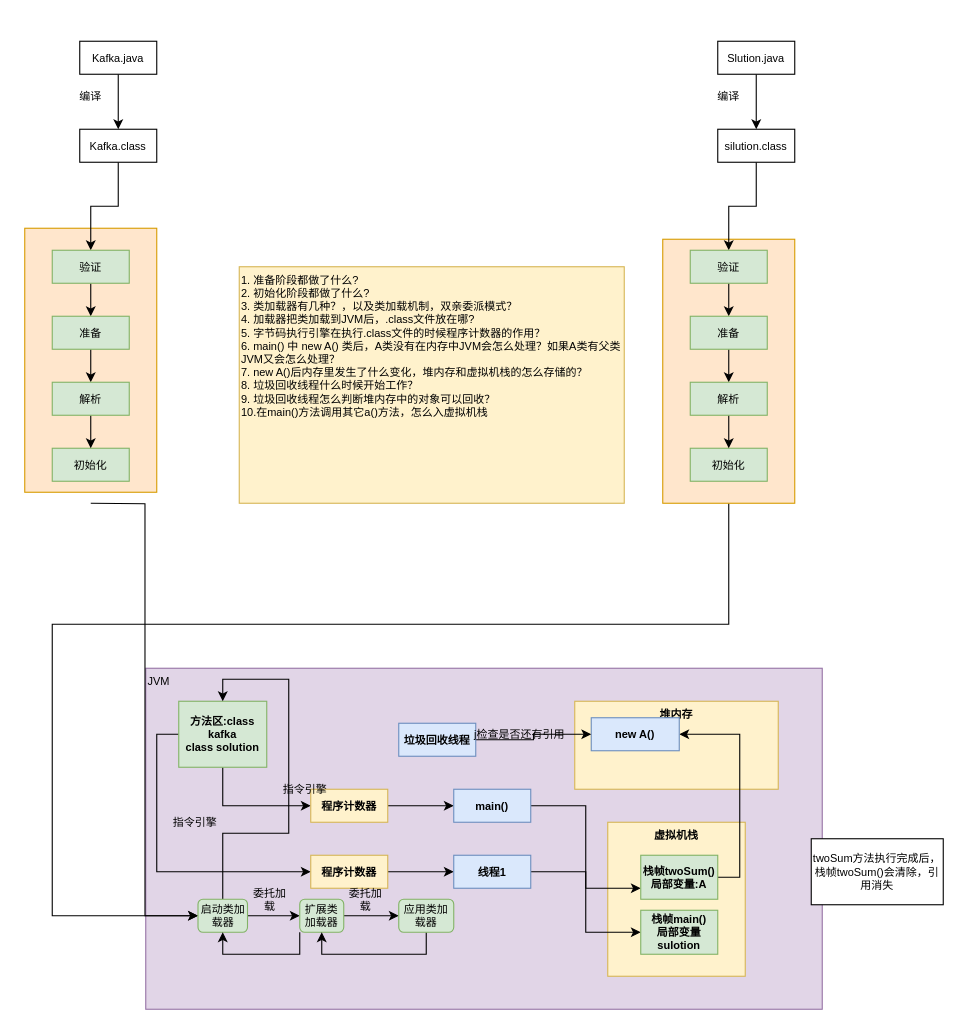
The draw.io diagram page "1.5 JVM运行原理图" (5 of 19) of 从0开始冲击P7模块思维导图/jvm优化实战.drawio in zk555/LearningNotes, before the edit. Source tidied: cells renumbered, new cells numbered last; positions are measured from the earlier drawing's top-left corner, leaving out a move shared by most shapes. Both pictures are drawn from the tidied source at 110%, with x=0, y=0 at pixel (24, 41).
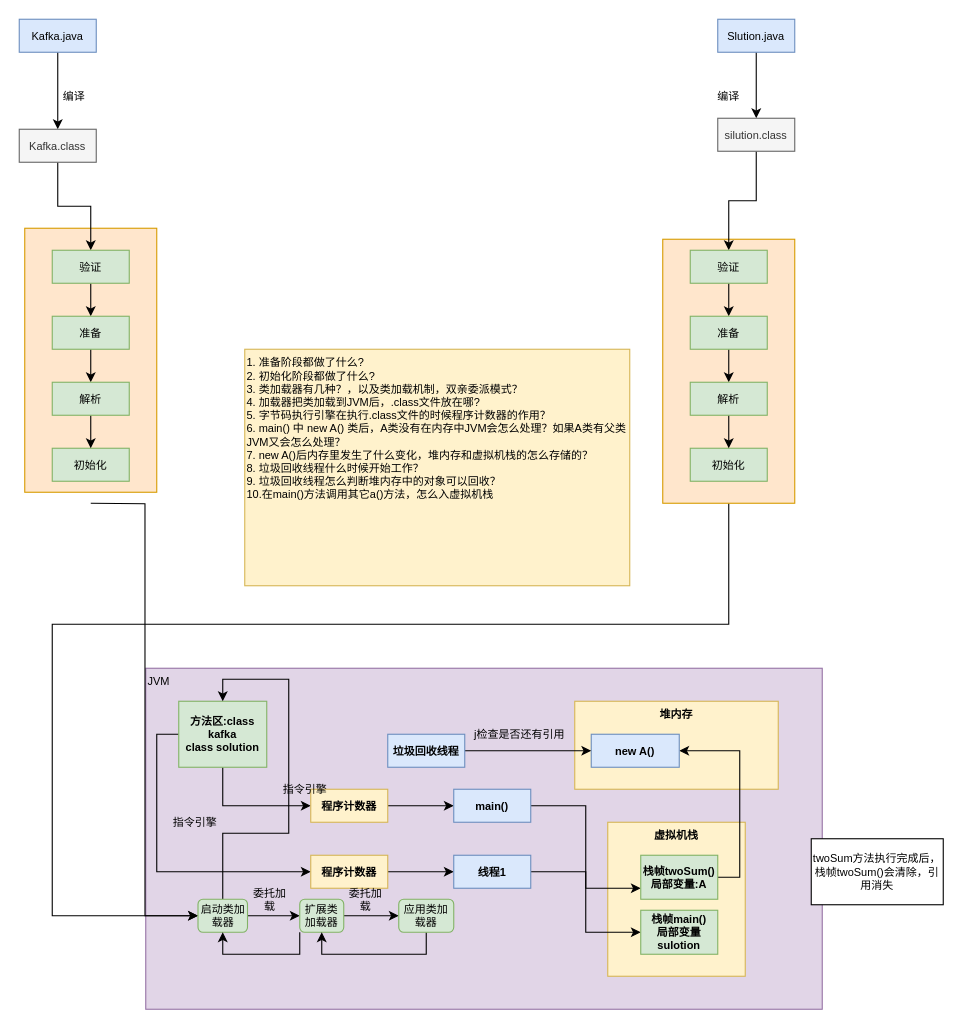
Above is the later version.

Diff of the diagram source:
```diff
@@
-    <mxCell id="7" value="Kafka.java" style="rounded=0;whiteSpace=wrap;html=1;labelBackgroundColor=none;fontSize=10;align=center;" parent="1" vertex="1">
-      <mxGeometry x="50" width="70" height="30" as="geometry" />
+    <mxCell id="7" value="Kafka.java" style="rounded=0;whiteSpace=wrap;html=1;labelBackgroundColor=none;fontSize=10;align=center;fillColor=#dae8fc;strokeColor=#6c8ebf;" parent="1" vertex="1">
+      <mxGeometry x="-5" y="-20" width="70" height="30" as="geometry" />
     </mxCell>
@@
-    <mxCell id="9" value="Kafka.class" style="rounded=0;whiteSpace=wrap;html=1;labelBackgroundColor=none;fontSize=10;align=center;" parent="1" vertex="1">
-      <mxGeometry x="50" y="80" width="70" height="30" as="geometry" />
+    <mxCell id="9" value="Kafka.class" style="rounded=0;whiteSpace=wrap;html=1;labelBackgroundColor=none;fontSize=10;align=center;fillColor=#f5f5f5;strokeColor=#666666;fontColor=#333333;" parent="1" vertex="1">
+      <mxGeometry x="-5" y="80" width="70" height="30" as="geometry" />
     </mxCell>
     <mxCell id="10" value="编译" style="text;html=1;strokeColor=none;fillColor=none;align=center;verticalAlign=middle;whiteSpace=wrap;rounded=0;labelBackgroundColor=none;fontSize=10;" parent="1" vertex="1">
-      <mxGeometry x="40" y="40" width="40" height="20" as="geometry" />
+      <mxGeometry x="25" y="40" width="40" height="20" as="geometry" />
     </mxCell>
@@
-    <mxCell id="24" value="Slution.java" style="rounded=0;whiteSpace=wrap;html=1;labelBackgroundColor=none;fontSize=10;align=center;" parent="1" vertex="1">
-      <mxGeometry x="630" width="70" height="30" as="geometry" />
+    <mxCell id="24" value="Slution.java" style="rounded=0;whiteSpace=wrap;html=1;labelBackgroundColor=none;fontSize=10;align=center;fillColor=#dae8fc;strokeColor=#6c8ebf;" parent="1" vertex="1">
+      <mxGeometry x="630" y="-20" width="70" height="30" as="geometry" />
     </mxCell>
@@
-    <mxCell id="26" value="silution.class" style="rounded=0;whiteSpace=wrap;html=1;labelBackgroundColor=none;fontSize=10;align=center;" parent="1" vertex="1">
-      <mxGeometry x="630" y="80" width="70" height="30" as="geometry" />
+    <mxCell id="26" value="silution.class" style="rounded=0;whiteSpace=wrap;html=1;labelBackgroundColor=none;fontSize=10;align=center;fillColor=#f5f5f5;strokeColor=#666666;fontColor=#333333;" parent="1" vertex="1">
+      <mxGeometry x="630" y="70" width="70" height="30" as="geometry" />
     </mxCell>
@@
     <mxCell id="49" value="new A()" style="rounded=0;whiteSpace=wrap;html=1;labelBackgroundColor=none;fontSize=10;align=center;fillColor=#dae8fc;strokeColor=#6c8ebf;fontStyle=1;" parent="1" vertex="1">
-      <mxGeometry x="515" y="615" width="80" height="30" as="geometry" />
+      <mxGeometry x="515" y="630" width="80" height="30" as="geometry" />
     </mxCell>
@@
     <mxCell id="52" value="垃圾回收线程" style="rounded=0;whiteSpace=wrap;html=1;labelBackgroundColor=none;fontSize=10;align=center;fillColor=#dae8fc;strokeColor=#6c8ebf;fontStyle=1;" parent="1" vertex="1">
-      <mxGeometry x="340" y="620" width="70" height="30" as="geometry" />
+      <mxGeometry x="330" y="630" width="70" height="30" as="geometry" />
     </mxCell>
@@
     <mxCell id="64" value="1. 准备阶段都做了什么?&lt;br&gt;2. 初始化阶段都做了什么?&lt;br&gt;3. 类加载器有几种？，以及类加载机制，双亲委派模式？&lt;br&gt;4. 加载器把类加载到JVM后，.class文件放在哪?&lt;br&gt;5. 字节码执行引擎在执行.class文件的时候程序计数器的作用？&lt;br&gt;6. main() 中 new A() 类后，A类没有在内存中JVM会怎么处理？如果A类有父类JVM又会怎么处理？&lt;br&gt;7. new A()后内存里发生了什么变化，堆内存和虚拟机栈的怎么存储的？&lt;br&gt;8. 垃圾回收线程什么时候开始工作？&lt;br&gt;9. 垃圾回收线程怎么判断堆内存中的对象可以回收？&lt;br&gt;10.在main()方法调用其它a()方法，怎么入虚拟机栈" style="rounded=0;whiteSpace=wrap;html=1;labelBackgroundColor=none;fontSize=10;align=left;fillColor=#fff2cc;strokeColor=#d6b656;verticalAlign=top;" parent="1" vertex="1">
-      <mxGeometry x="195" y="205" width="350" height="215" as="geometry" />
+      <mxGeometry x="200" y="280" width="350" height="215" as="geometry" />
     </mxCell>
```
